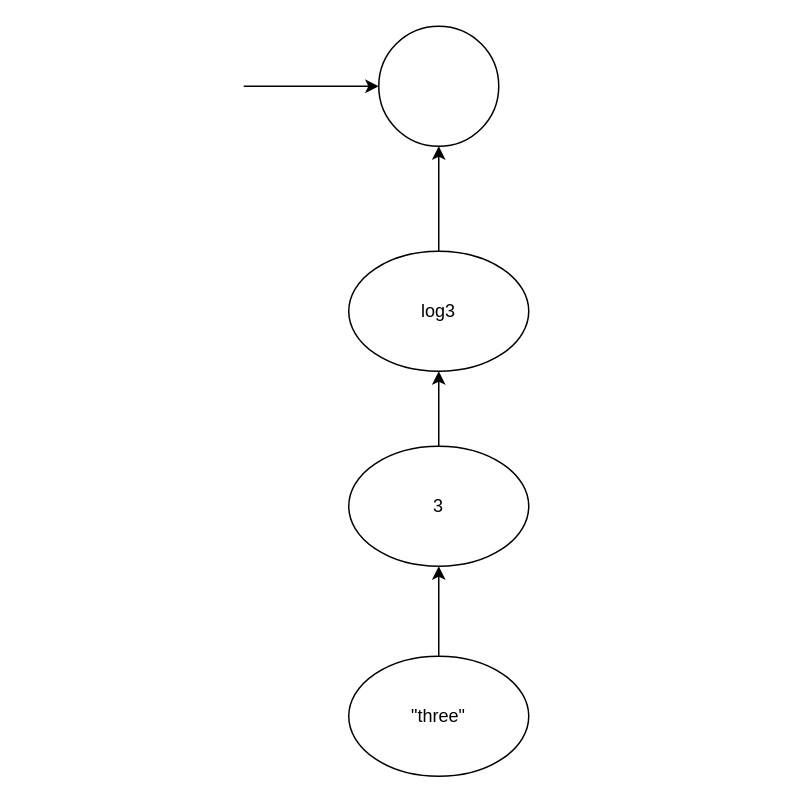
This is Untitled Diagram.drawio from CheneyJX/Duke, a draw.io file, before an edit. Source tidied: cells renumbered, new cells numbered last; positions are measured from the earlier drawing's top-left corner, leaving out a move shared by most shapes. Both pictures are drawn from the tidied source at 150%, with x=0, y=0 at pixel (243, 26).
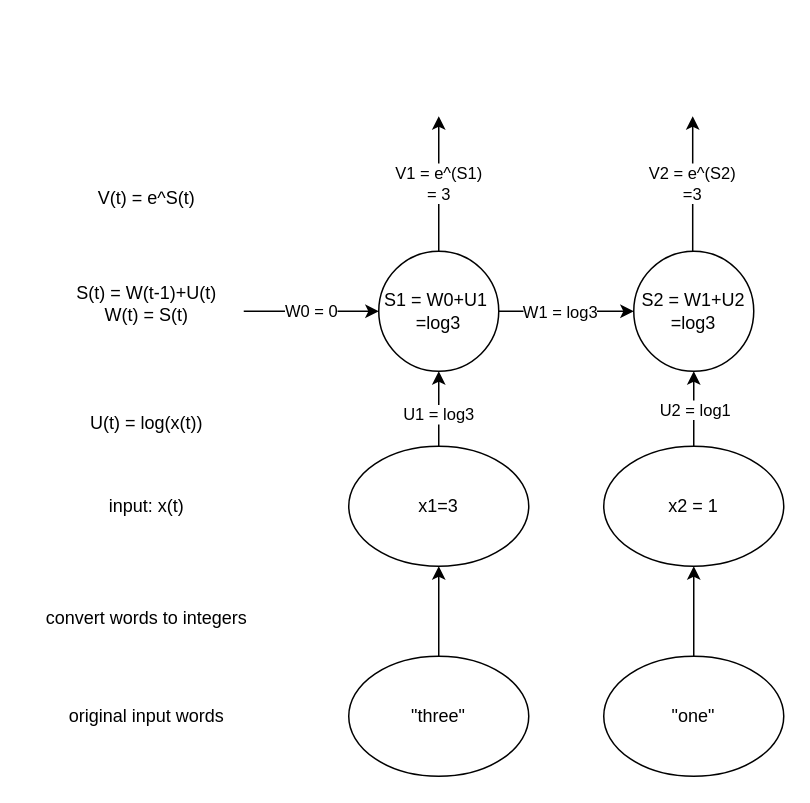
The same page after the edit.

Diff of the diagram source:
```diff
@@
+    <mxCell id="10" style="edgeStyle=orthogonalEdgeStyle;rounded=0;jettySize=auto;html=1;" parent="1" edge="1" source="4" target="15">
+      <mxGeometry relative="1" as="geometry" />
+    </mxCell>
+    <mxCell id="11" value="W1 = log3" style="edgeLabel;html=1;align=center;verticalAlign=middle;" parent="10" vertex="1">
+      <mxGeometry x="-0.31" y="-2" relative="1" as="geometry">
+        <mxPoint x="9" y="-2" as="offset" />
+      </mxGeometry>
+    </mxCell>
-    <mxCell id="4" style="ellipse;whiteSpace=wrap;html=1;" parent="1" vertex="1">
-      <mxGeometry x="90" width="80" height="80" as="geometry" />
+    <mxCell id="4" value="S1 = W0+U1&amp;nbsp;&lt;br&gt;=log3" style="ellipse;whiteSpace=wrap;html=1;" parent="1" vertex="1">
+      <mxGeometry x="90" y="150" width="80" height="80" as="geometry" />
     </mxCell>
-    <mxCell id="5" style="edgeStyle=orthogonalEdgeStyle;rounded=0;jettySize=auto;html=1;entryX=0.5;entryY=1;entryDx=0;entryDy=0;" parent="1" edge="1" source="6" target="8">
-      <mxGeometry relative="1" as="geometry" />
+    <mxCell id="5" style="edgeStyle=orthogonalEdgeStyle;rounded=0;jettySize=auto;html=1;entryX=0.5;entryY=1;entryDx=0;entryDy=0;" parent="1" edge="1" source="6">
+      <mxGeometry relative="1" as="geometry">
+        <mxPoint x="130" y="230" as="targetPoint" />
+      </mxGeometry>
     </mxCell>
+    <mxCell id="12" value="U1 = log3" style="edgeLabel;html=1;align=center;verticalAlign=middle;" parent="5" vertex="1">
+      <mxGeometry x="-0.12" y="1" relative="1" as="geometry" />
+    </mxCell>
-    <mxCell id="6" value="3" style="ellipse;whiteSpace=wrap;html=1;" parent="1" vertex="1">
+    <mxCell id="6" value="x1=3" style="ellipse;whiteSpace=wrap;html=1;" parent="1" vertex="1">
       <mxGeometry x="70" y="280" width="120" height="80" as="geometry" />
     </mxCell>
-    <mxCell id="7" style="edgeStyle=orthogonalEdgeStyle;rounded=0;jettySize=auto;html=1;" parent="1" edge="1" source="8" target="4">
-      <mxGeometry relative="1" as="geometry" />
-    </mxCell>
-    <mxCell id="8" value="log3" style="ellipse;whiteSpace=wrap;html=1;" parent="1" vertex="1">
-      <mxGeometry x="70" y="150" width="120" height="80" as="geometry" />
-    </mxCell>
-    <mxCell id="9" style="endArrow=classic;html=1;rounded=0;entryX=0;entryY=0.5;entryDx=0;entryDy=0;" parent="1" edge="1" target="4">
-      <mxGeometry relative="1" as="geometry">
-        <mxPoint y="40" as="sourcePoint" />
-      </mxGeometry>
-    </mxCell>
+    <mxCell id="13" style="edgeStyle=orthogonalEdgeStyle;rounded=0;jettySize=auto;html=1;" parent="1" edge="1" source="14" target="17">
+      <mxGeometry relative="1" as="geometry" />
+    </mxCell>
+    <mxCell id="14" value="&quot;one&quot;" style="ellipse;whiteSpace=wrap;html=1;" parent="1" vertex="1">
+      <mxGeometry x="240" y="420" width="120" height="80" as="geometry" />
+    </mxCell>
+    <mxCell id="15" value="S2 = W1+U2&lt;br&gt;=log3" style="ellipse;whiteSpace=wrap;html=1;" parent="1" vertex="1">
+      <mxGeometry x="260" y="150" width="80" height="80" as="geometry" />
+    </mxCell>
+    <mxCell id="16" value="U2 = log1" style="edgeStyle=orthogonalEdgeStyle;rounded=0;jettySize=auto;html=1;entryX=0.5;entryY=1;entryDx=0;entryDy=0;" parent="1" edge="1" source="17">
+      <mxGeometry relative="1" as="geometry">
+        <mxPoint x="300" y="230" as="targetPoint" />
+      </mxGeometry>
+    </mxCell>
+    <mxCell id="17" value="x2 = 1" style="ellipse;whiteSpace=wrap;html=1;" parent="1" vertex="1">
+      <mxGeometry x="240" y="280" width="120" height="80" as="geometry" />
+    </mxCell>
+    <mxCell id="18" value="V1 = e^(S1)&lt;br&gt;= 3" style="endArrow=classic;html=1;rounded=0;exitX=0.5;exitY=0;exitDx=0;exitDy=0;" parent="1" edge="1" source="4">
+      <mxGeometry relative="1" as="geometry">
+        <mxPoint x="130" y="60" as="targetPoint" />
+      </mxGeometry>
+    </mxCell>
+    <mxCell id="19" value="V2 = e^(S2)&lt;br&gt;=3" style="endArrow=classic;html=1;rounded=0;exitX=0.5;exitY=0;exitDx=0;exitDy=0;" parent="1" edge="1">
+      <mxGeometry relative="1" as="geometry">
+        <mxPoint x="299.3" y="150" as="sourcePoint" />
+        <mxPoint x="299.3" y="60" as="targetPoint" />
+      </mxGeometry>
+    </mxCell>
+    <mxCell id="20" value="input: x(t)" style="text;html=1;align=center;verticalAlign=middle;strokeColor=none;fillColor=none;" parent="1" vertex="1">
+      <mxGeometry x="-100" y="305" width="70" height="30" as="geometry" />
+    </mxCell>
+    <mxCell id="21" value="convert words to integers" style="text;html=1;align=center;verticalAlign=middle;strokeColor=none;fillColor=none;" parent="1" vertex="1">
+      <mxGeometry x="-145" y="380" width="160" height="30" as="geometry" />
+    </mxCell>
+    <mxCell id="22" value="U(t) = log(x(t))" style="text;html=1;align=center;verticalAlign=middle;strokeColor=none;fillColor=none;" parent="1" vertex="1">
+      <mxGeometry x="-115" y="250" width="100" height="30" as="geometry" />
+    </mxCell>
+    <mxCell id="23" value="S(t) = W(t-1)+U(t)&lt;br&gt;W(t) = S(t)" style="text;html=1;align=center;verticalAlign=middle;strokeColor=none;fillColor=none;" parent="1" vertex="1">
+      <mxGeometry x="-125" y="165" width="120" height="40" as="geometry" />
+    </mxCell>
+    <mxCell id="24" value="W0 = 0" style="edgeStyle=orthogonalEdgeStyle;rounded=0;orthogonalLoop=1;jettySize=auto;html=1;" parent="1" edge="1">
+      <mxGeometry relative="1" as="geometry">
+        <mxPoint y="190" as="sourcePoint" />
+        <mxPoint x="90" y="190" as="targetPoint" />
+        <Array as="points">
+          <mxPoint x="40" y="190" />
+          <mxPoint x="40" y="190" />
+        </Array>
+      </mxGeometry>
+    </mxCell>
+    <mxCell id="25" value="V(t) = e^S(t)" style="text;html=1;align=center;verticalAlign=middle;strokeColor=none;fillColor=none;" parent="1" vertex="1">
+      <mxGeometry x="-110" y="100" width="90" height="30" as="geometry" />
+    </mxCell>
+    <mxCell id="26" value="original input words" style="text;html=1;align=center;verticalAlign=middle;strokeColor=none;fillColor=none;" parent="1" vertex="1">
+      <mxGeometry x="-130" y="445" width="130" height="30" as="geometry" />
+    </mxCell>
```
